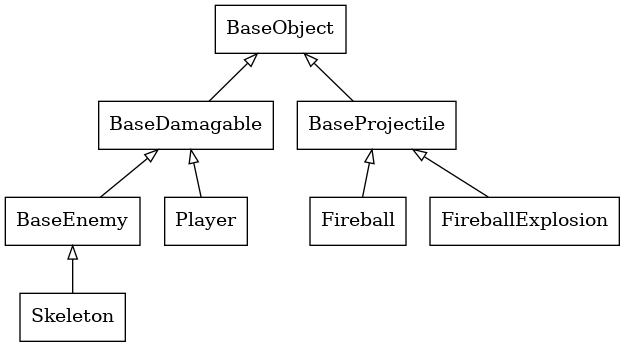
Earlier version of the Graphviz export inheritance.gv.png (lachfoy/2dgameABANDONED). Its source is kept beside it as inheritance.gv.
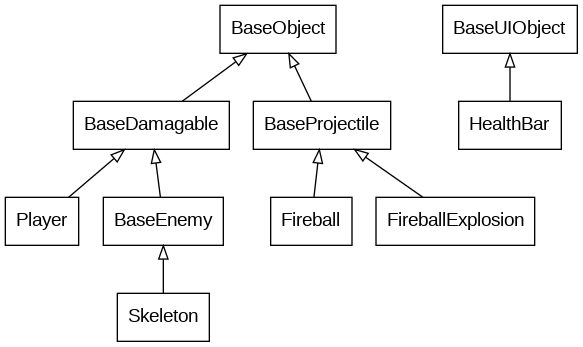
The same diagram one commit later.

The edit, as a diff of the source:
```diff
@@ -1,19 +1,12 @@
-digraph inheritance_diagram {
-    node [shape=box]
+digraph inheritance {
+    node [shape=box fontname="Helvetica,Arial,sans-serif"]
     edge [dir=back arrowtail=empty]
-
-    BaseObject
-    BaseDamagable
-    BaseProjectile
-    BaseEnemy
-    Player
-    Fireball
-    FireballExplosion
-    Skeleton
 
     BaseObject->{BaseDamagable, BaseProjectile}
     BaseDamagable->{Player, BaseEnemy}
     BaseProjectile->{Fireball, FireballExplosion}
     BaseEnemy->Skeleton
+
+    BaseUIObject->HealthBar
 }
 
```
